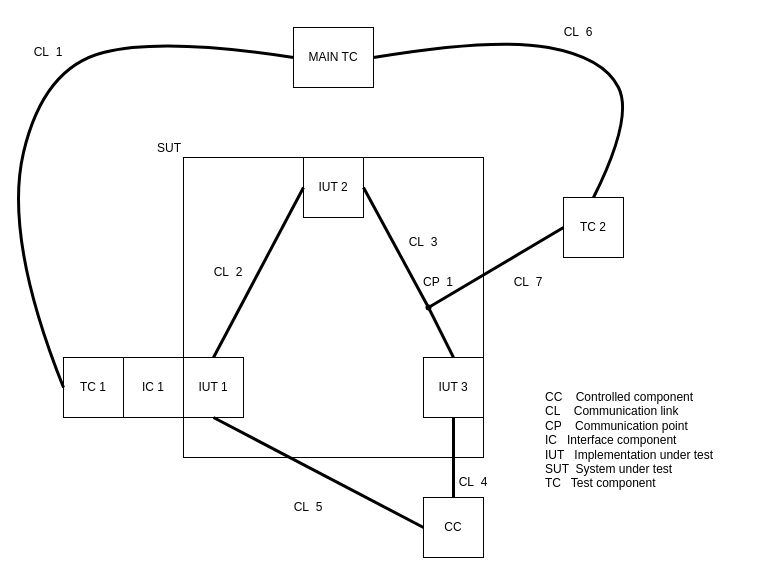
Above: General Test Architecture.drawio in ossikankainen/dipan_kaaviot (draw.io), before the change. Source tidied: cells renumbered, new cells numbered last; positions are measured from the earlier drawing's top-left corner, leaving out a move shared by most shapes. Both pictures are drawn from the tidied source at 100%, with x=0, y=0 at pixel (3, 17).
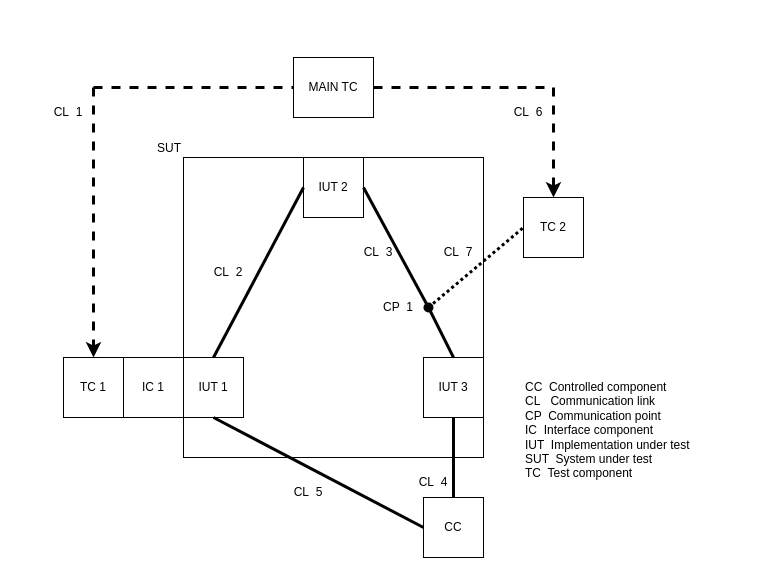
After the change.

The change refers to these unchanged cells:
```xml
<mxCell id="12" value="TC 1" style="rounded=0;whiteSpace=wrap;html=1;labelPosition=center;verticalLabelPosition=middle;align=center;verticalAlign=middle;" parent="1" vertex="1">
  <mxGeometry x="60" y="340" width="60" height="60" as="geometry" />
</mxCell>
```

Diff of the diagram source:
```diff
@@
     <mxCell id="13" value="MAIN TC" style="rounded=0;whiteSpace=wrap;html=1;labelPosition=center;verticalLabelPosition=middle;align=center;verticalAlign=middle;" parent="1" vertex="1">
-      <mxGeometry x="290" y="10" width="80" height="60" as="geometry" />
+      <mxGeometry x="290" y="40" width="80" height="60" as="geometry" />
     </mxCell>
-    <mxCell id="14" style="curved=1;endArrow=none;html=1;rounded=0;strokeWidth=3;exitX=0;exitY=0.5;exitDx=0;exitDy=0;entryX=0;entryY=0.5;entryDx=0;entryDy=0;endFill=0;" parent="1" edge="1" source="12" target="13">
-      <mxGeometry relative="1" as="geometry">
-        <Array as="points">
-          <mxPoint y="220" />
-          <mxPoint x="40" y="50" />
-          <mxPoint x="160" y="20" />
-        </Array>
-      </mxGeometry>
-    </mxCell>
     <mxCell id="15" value="TC 2" style="rounded=0;whiteSpace=wrap;html=1;labelPosition=center;verticalLabelPosition=middle;align=center;verticalAlign=middle;" parent="1" vertex="1">
-      <mxGeometry x="560" y="180" width="60" height="60" as="geometry" />
+      <mxGeometry x="520" y="180" width="60" height="60" as="geometry" />
     </mxCell>
-    <mxCell id="16" style="shape=waypoint;sketch=0;fillStyle=solid;size=6;points=[];fillColor=none;perimeter=centerPerimeter;snapToPoint=1;" parent="1" vertex="1">
+    <mxCell id="16" style="shape=waypoint;sketch=0;fillStyle=solid;size=6;points=[];fillColor=none;perimeter=centerPerimeter;snapToPoint=1;strokeWidth=3;" parent="1" vertex="1">
       <mxGeometry x="405" y="270" width="40" height="40" as="geometry" />
     </mxCell>
@@
-    <mxCell id="18" style="endArrow=none;html=1;rounded=0;strokeWidth=3;entryX=0;entryY=0.5;entryDx=0;entryDy=0;" parent="1" edge="1" source="16" target="15">
+    <mxCell id="18" style="endArrow=none;html=1;rounded=0;strokeWidth=3;entryX=0;entryY=0.5;entryDx=0;entryDy=0;dashed=1;dashPattern=1 1;" parent="1" edge="1" source="16" target="15">
       <mxGeometry relative="1" as="geometry" />
     </mxCell>
-    <mxCell id="19" style="curved=1;endArrow=none;html=1;rounded=0;strokeWidth=3;exitX=1;exitY=0.5;exitDx=0;exitDy=0;entryX=0.5;entryY=0;entryDx=0;entryDy=0;endFill=0;" parent="1" edge="1" source="13" target="15">
-      <mxGeometry relative="1" as="geometry">
-        <Array as="points">
-          <mxPoint x="490" y="20" />
-          <mxPoint x="600" y="40" />
-          <mxPoint x="630" y="100" />
-        </Array>
-      </mxGeometry>
-    </mxCell>
     <mxCell id="20" value="CP&amp;nbsp; 1" style="text;html=1;strokeColor=none;fillColor=none;align=center;verticalAlign=middle;whiteSpace=wrap;rounded=0;" parent="1" vertex="1">
-      <mxGeometry x="410" y="250" width="50" height="30" as="geometry" />
+      <mxGeometry x="370" y="275" width="50" height="30" as="geometry" />
     </mxCell>
     <mxCell id="21" value="CL&amp;nbsp; 1" style="text;html=1;strokeColor=none;fillColor=none;align=center;verticalAlign=middle;whiteSpace=wrap;rounded=0;" parent="1" vertex="1">
-      <mxGeometry x="20" y="20" width="50" height="30" as="geometry" />
+      <mxGeometry x="40" y="80" width="50" height="30" as="geometry" />
     </mxCell>
@@
     <mxCell id="23" value="CL&amp;nbsp; 3" style="text;html=1;strokeColor=none;fillColor=none;align=center;verticalAlign=middle;whiteSpace=wrap;rounded=0;" parent="1" vertex="1">
-      <mxGeometry x="395" y="210" width="50" height="30" as="geometry" />
+      <mxGeometry x="350" y="220" width="50" height="30" as="geometry" />
     </mxCell>
     <mxCell id="24" value="CL&amp;nbsp; 4" style="text;html=1;strokeColor=none;fillColor=none;align=center;verticalAlign=middle;whiteSpace=wrap;rounded=0;" parent="1" vertex="1">
-      <mxGeometry x="445" y="450" width="50" height="30" as="geometry" />
+      <mxGeometry x="405" y="450" width="50" height="30" as="geometry" />
     </mxCell>
     <mxCell id="25" value="CL&amp;nbsp; 5" style="text;html=1;strokeColor=none;fillColor=none;align=center;verticalAlign=middle;whiteSpace=wrap;rounded=0;" parent="1" vertex="1">
-      <mxGeometry x="280" y="475" width="50" height="30" as="geometry" />
+      <mxGeometry x="280" y="460" width="50" height="30" as="geometry" />
     </mxCell>
     <mxCell id="26" value="CL&amp;nbsp; 6" style="text;html=1;strokeColor=none;fillColor=none;align=center;verticalAlign=middle;whiteSpace=wrap;rounded=0;" parent="1" vertex="1">
-      <mxGeometry x="550" width="50" height="30" as="geometry" />
+      <mxGeometry x="500" y="80" width="50" height="30" as="geometry" />
     </mxCell>
     <mxCell id="27" value="CL&amp;nbsp; 7" style="text;html=1;strokeColor=none;fillColor=none;align=center;verticalAlign=middle;whiteSpace=wrap;rounded=0;" parent="1" vertex="1">
-      <mxGeometry x="500" y="250" width="50" height="30" as="geometry" />
+      <mxGeometry x="430" y="220" width="50" height="30" as="geometry" />
     </mxCell>
-    <mxCell id="28" value="&lt;div&gt;&lt;span&gt;CC&amp;nbsp;&lt;/span&gt;&lt;span&gt;&amp;nbsp;&lt;span style=&quot;white-space: pre&quot;&gt; &lt;span style=&quot;white-space: pre&quot;&gt; &lt;/span&gt;&lt;/span&gt;&lt;/span&gt;&lt;span&gt;Controlled component&lt;/span&gt;&lt;br&gt;&lt;/div&gt;&lt;div&gt;CL&amp;nbsp;&lt;span&gt; &lt;span style=&quot;white-space: pre&quot;&gt; &lt;span style=&quot;white-space: pre&quot;&gt; &lt;/span&gt;&lt;/span&gt;&lt;/span&gt;Communication link&lt;/div&gt;&lt;div&gt;CP&amp;nbsp;&lt;span&gt; &lt;span style=&quot;white-space: pre&quot;&gt; &lt;span style=&quot;white-space: pre&quot;&gt; &lt;/span&gt;&lt;/span&gt;&lt;/span&gt;Communication point&lt;/div&gt;&lt;div&gt;IC&amp;nbsp;&lt;span style=&quot;white-space: pre&quot;&gt; &lt;span style=&quot;white-space: pre&quot;&gt; &lt;/span&gt;&lt;/span&gt;Interface component&lt;/div&gt;&lt;div&gt;IUT&amp;nbsp;&lt;span style=&quot;white-space: pre&quot;&gt; &lt;span style=&quot;white-space: pre&quot;&gt; &lt;/span&gt;&lt;/span&gt;Implementation under test&lt;/div&gt;&lt;div&gt;SUT &lt;span style=&quot;white-space: pre&quot;&gt; &lt;/span&gt;System under test&lt;/div&gt;TC&lt;span&gt; &lt;span style=&quot;white-space: pre&quot;&gt; &lt;/span&gt;&lt;span style=&quot;white-space: pre&quot;&gt; &lt;/span&gt;&lt;/span&gt;Test component&lt;br&gt;&lt;div&gt;&lt;br&gt;&lt;/div&gt;" style="text;html=1;strokeColor=none;fillColor=none;align=left;verticalAlign=middle;whiteSpace=wrap;rounded=0;" parent="1" vertex="1">
-      <mxGeometry x="540" y="370" width="200" height="120" as="geometry" />
+    <mxCell id="28" value="&lt;div&gt;&lt;span&gt;CC&lt;span style=&quot;white-space: pre&quot;&gt; &lt;span style=&quot;white-space: pre&quot;&gt; &lt;/span&gt;&lt;/span&gt;&lt;/span&gt;&lt;span&gt;Controlled component&lt;/span&gt;&lt;br&gt;&lt;/div&gt;&lt;div&gt;CL&amp;nbsp;&lt;span style=&quot;white-space: pre&quot;&gt; &lt;span style=&quot;white-space: pre&quot;&gt; &lt;/span&gt;&lt;/span&gt;Communication link&lt;/div&gt;&lt;div&gt;CP&lt;span style=&quot;white-space: pre&quot;&gt; &lt;span style=&quot;white-space: pre&quot;&gt; &lt;/span&gt;&lt;/span&gt;Communication point&lt;/div&gt;&lt;div&gt;IC&lt;span style=&quot;white-space: pre&quot;&gt; &lt;span style=&quot;white-space: pre&quot;&gt; &lt;/span&gt;&lt;/span&gt;Interface component&lt;/div&gt;&lt;div&gt;IUT&lt;span style=&quot;white-space: pre&quot;&gt; &lt;span style=&quot;white-space: pre&quot;&gt; &lt;/span&gt;&lt;/span&gt;Implementation under test&lt;/div&gt;&lt;div&gt;SUT&lt;span style=&quot;white-space: pre&quot;&gt; &lt;span style=&quot;white-space: pre&quot;&gt; &lt;/span&gt;&lt;/span&gt;System under test&lt;/div&gt;TC&lt;span style=&quot;white-space: pre&quot;&gt; &lt;/span&gt;&lt;span style=&quot;white-space: pre&quot;&gt; &lt;/span&gt;Test component&lt;br&gt;&lt;div&gt;&lt;br&gt;&lt;/div&gt;" style="text;html=1;strokeColor=none;fillColor=none;align=left;verticalAlign=middle;whiteSpace=wrap;rounded=0;" parent="1" vertex="1">
+      <mxGeometry x="520" y="360" width="200" height="120" as="geometry" />
     </mxCell>
+    <mxCell id="29" style="endArrow=none;html=1;rounded=0;entryX=0;entryY=0.5;entryDx=0;entryDy=0;strokeWidth=3;dashed=1;" parent="1" edge="1" target="13">
+      <mxGeometry relative="1" as="geometry">
+        <mxPoint x="90" y="70" as="sourcePoint" />
+      </mxGeometry>
+    </mxCell>
+    <mxCell id="30" style="endArrow=classic;html=1;rounded=0;dashed=1;strokeWidth=3;entryX=0.5;entryY=0;entryDx=0;entryDy=0;" parent="1" edge="1" target="12">
+      <mxGeometry relative="1" as="geometry">
+        <mxPoint x="90" y="70" as="sourcePoint" />
+      </mxGeometry>
+    </mxCell>
+    <mxCell id="31" style="endArrow=none;html=1;rounded=0;dashed=1;strokeWidth=3;exitX=1;exitY=0.5;exitDx=0;exitDy=0;" parent="1" edge="1" source="13">
+      <mxGeometry relative="1" as="geometry">
+        <mxPoint x="550" y="70" as="targetPoint" />
+      </mxGeometry>
+    </mxCell>
+    <mxCell id="32" style="endArrow=classic;html=1;rounded=0;dashed=1;strokeWidth=3;entryX=0.5;entryY=0;entryDx=0;entryDy=0;" parent="1" edge="1" target="15">
+      <mxGeometry relative="1" as="geometry">
+        <mxPoint x="550" y="70" as="sourcePoint" />
+      </mxGeometry>
+    </mxCell>
```
